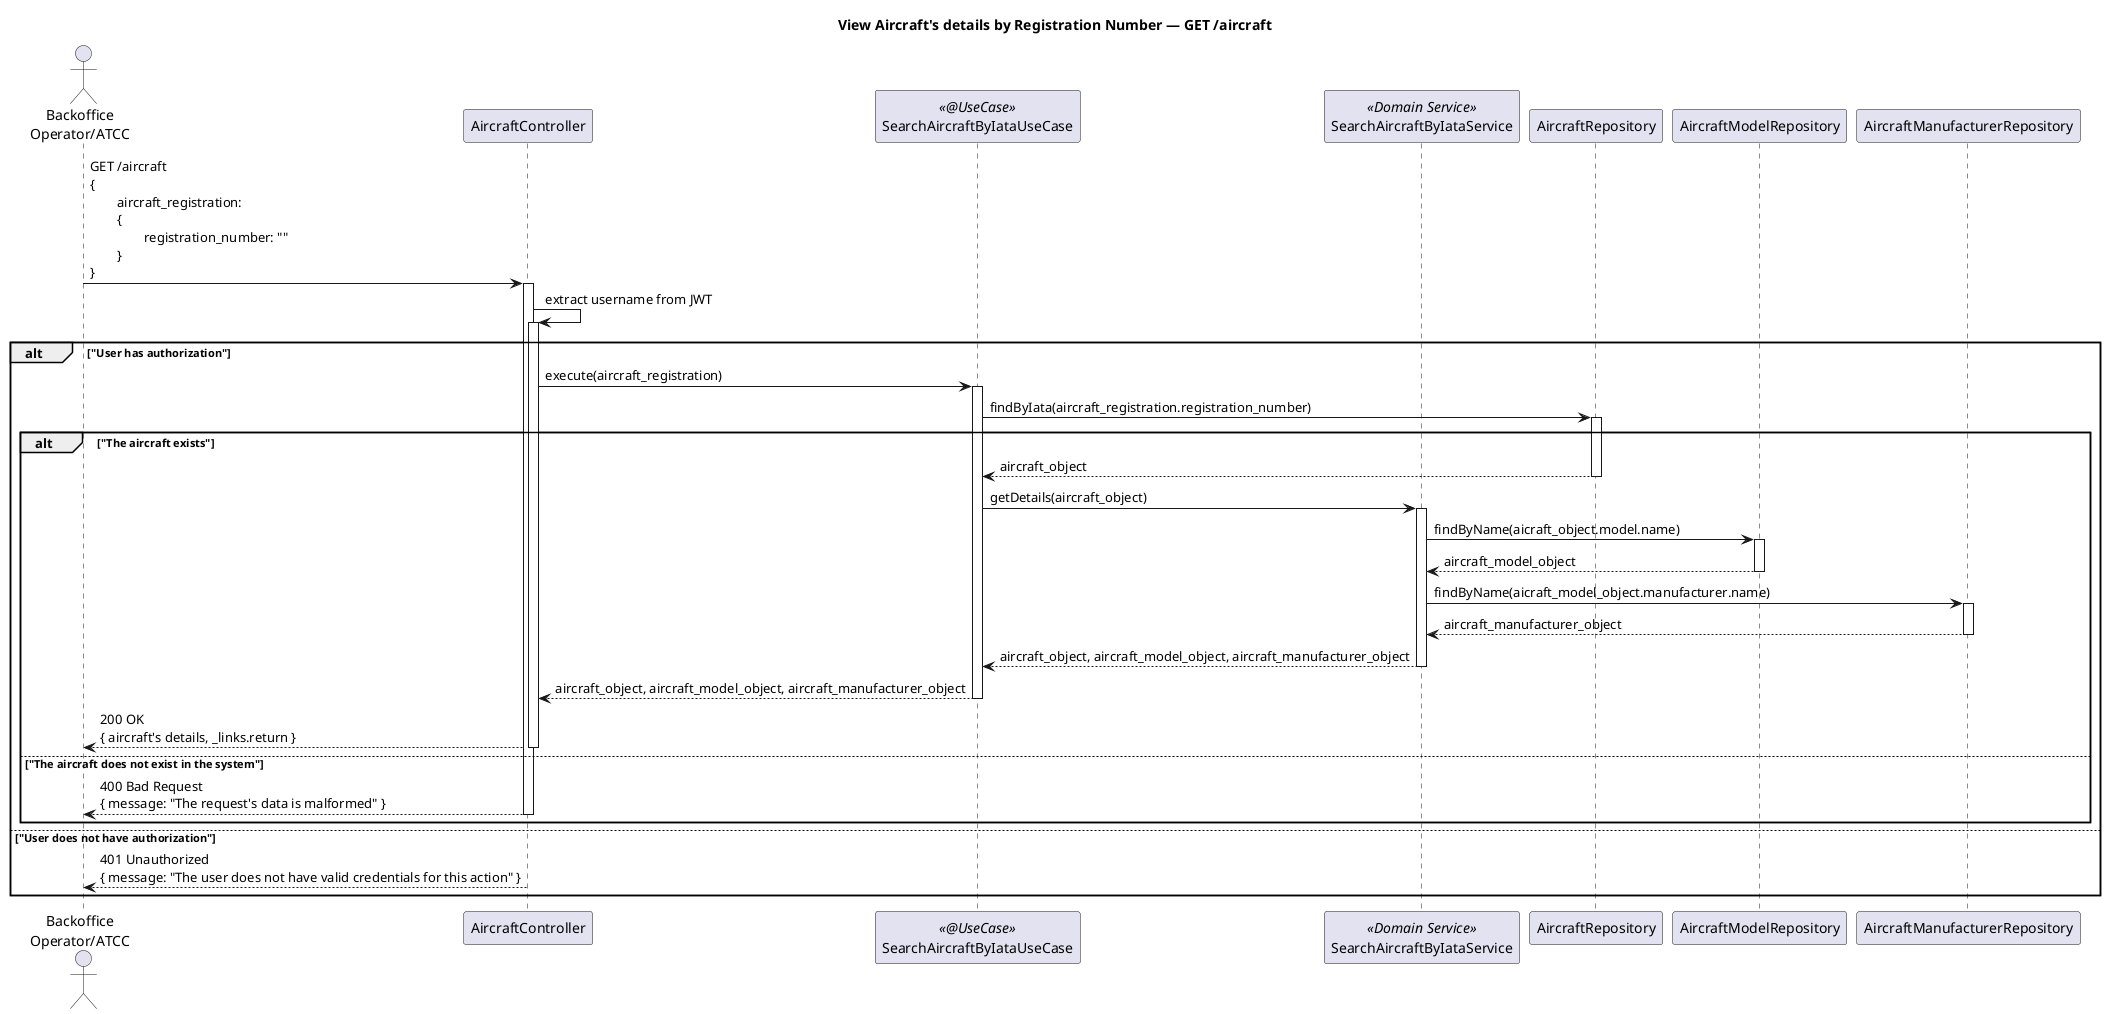
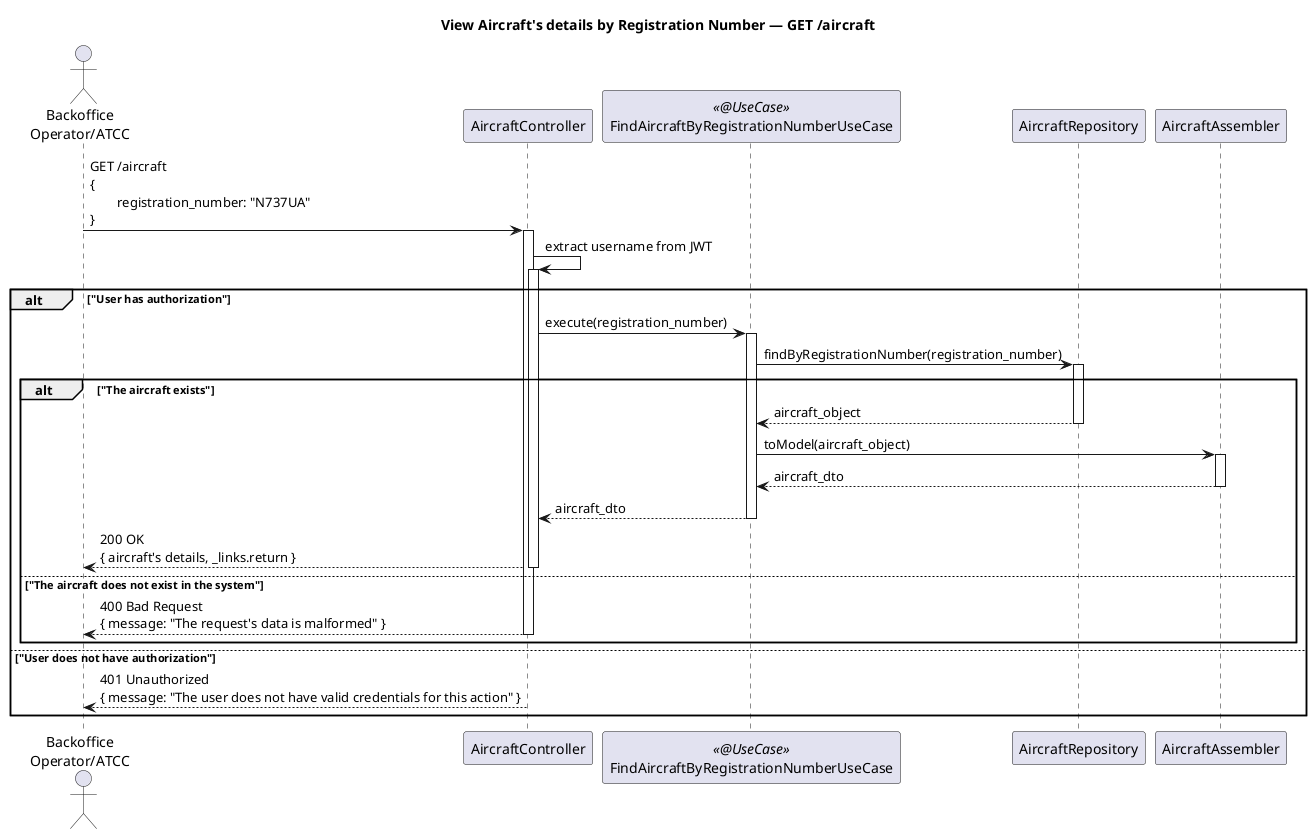
@startuml
title View Aircraft's details by Registration Number — GET /aircraft

autoactivate on

actor "Backoffice\nOperator/ATCC" as BOATCC
participant AircraftController
- participant SearchAircraftByIataUseCase <<@UseCase>>
- participant SearchAircraftByIataService <<Domain Service>>
+ participant FindAircraftByRegistrationNumberUseCase <<@UseCase>>
participant AircraftRepository
- participant AircraftModelRepository
- participant AircraftManufacturerRepository
+ participant AircraftAssembler

- BOATCC -> AircraftController : GET /aircraft\n{\n\taircraft_registration:\n\t{\n\t\tregistration_number: ""\n\t}\n}
+ BOATCC -> AircraftController : GET /aircraft\n{\n\tregistration_number: "N737UA"\n}

AircraftController -> AircraftController : extract username from JWT
alt "User has authorization"
-     AircraftController -> SearchAircraftByIataUseCase : execute(aircraft_registration)
-         SearchAircraftByIataUseCase -> AircraftRepository : findByIata(aircraft_registration.registration_number)
+     AircraftController -> FindAircraftByRegistrationNumberUseCase : execute(registration_number)
+         FindAircraftByRegistrationNumberUseCase -> AircraftRepository : findByRegistrationNumber(registration_number)
        alt "The aircraft exists"
-         AircraftRepository --> SearchAircraftByIataUseCase : aircraft_object
-         SearchAircraftByIataUseCase -> SearchAircraftByIataService : getDetails(aircraft_object)
-             SearchAircraftByIataService -> AircraftModelRepository : findByName(aicraft_object.model.name)
-             AircraftModelRepository --> SearchAircraftByIataService : aircraft_model_object
-             SearchAircraftByIataService -> AircraftManufacturerRepository : findByName(aicraft_model_object.manufacturer.name)
-             AircraftManufacturerRepository --> SearchAircraftByIataService : aircraft_manufacturer_object
-         SearchAircraftByIataService --> SearchAircraftByIataUseCase : aircraft_object, aircraft_model_object, aircraft_manufacturer_object
-     SearchAircraftByIataUseCase --> AircraftController : aircraft_object, aircraft_model_object, aircraft_manufacturer_object
+         AircraftRepository --> FindAircraftByRegistrationNumberUseCase : aircraft_object
+         FindAircraftByRegistrationNumberUseCase -> AircraftAssembler : toModel(aircraft_object)
+         AircraftAssembler --> FindAircraftByRegistrationNumberUseCase : aircraft_dto
+     FindAircraftByRegistrationNumberUseCase --> AircraftController : aircraft_dto
AircraftController --> BOATCC : 200 OK\n{ aircraft's details, _links.return }
        else "The aircraft does not exist in the system"
AircraftController --> BOATCC : 400 Bad Request\n{ message: "The request's data is malformed" }
        end

else "User does not have authorization"
AircraftController --> BOATCC : 401 Unauthorized\n{ message: "The user does not have valid credentials for this action" }
end

@enduml